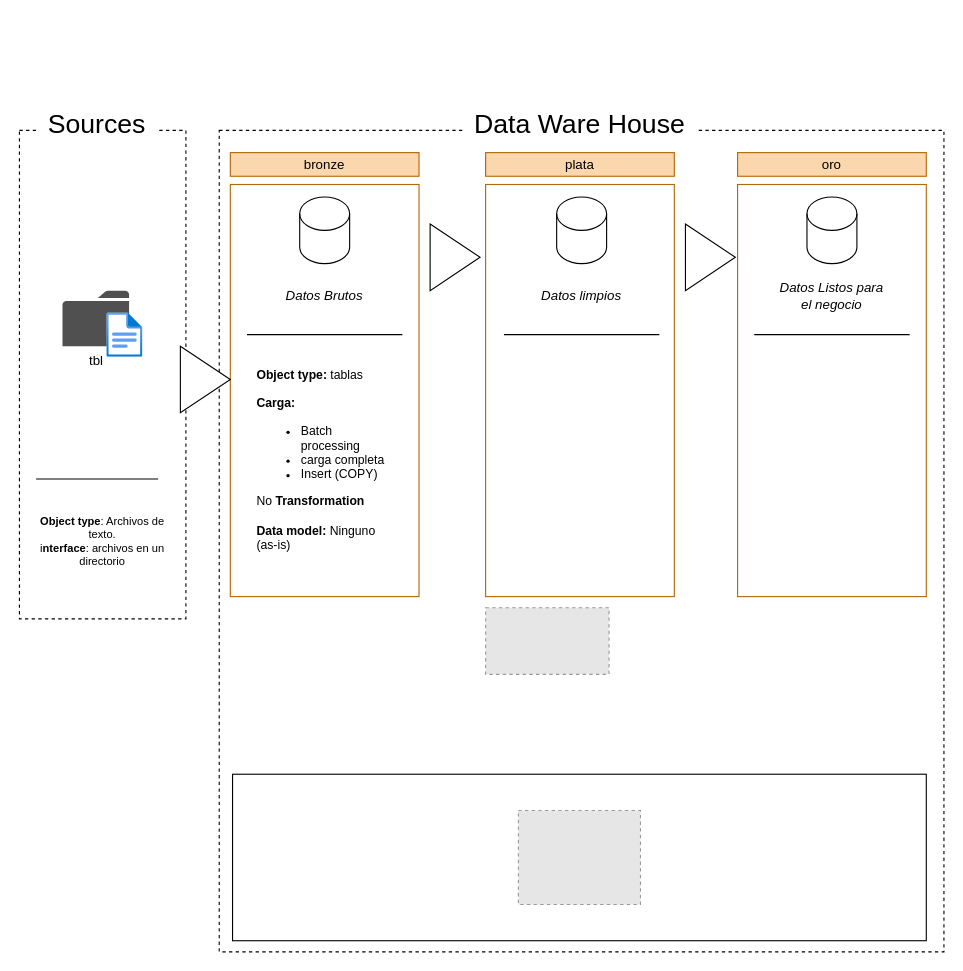
This is docs/arquitectura.drawio from CaletOrtiz/sql-datawarehouse-project, a draw.io file, before an edit. Source tidied: cells renumbered, new cells numbered last; positions are measured from the earlier drawing's top-left corner, leaving out a move shared by most shapes. Both pictures are drawn from the tidied source at 111%, with x=0, y=0 at pixel (19, 108). Pictures stored in the file or linked from it are replaced by grey dashed boxes.
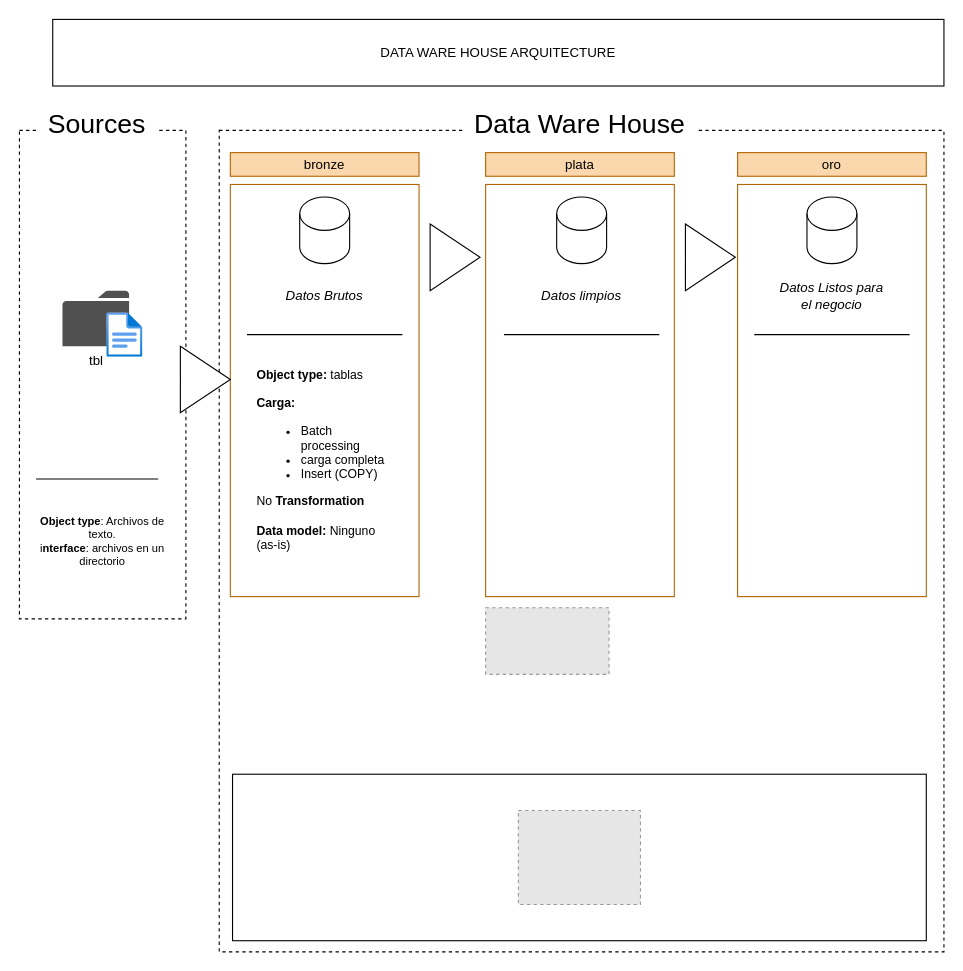
The same page after the edit.

Commit message (it also covers changes not shown here):
Add title for Data Warehouse Architecture in diagram

Change to the diagram source:
```diff
@@
+    <mxCell id="32" value="DATA WARE HOUSE ARQUITECTURE" style="whiteSpace=wrap;html=1;" parent="1" vertex="1">
+      <mxGeometry x="30" y="-80" width="802.9" height="60" as="geometry" />
+    </mxCell>
```
